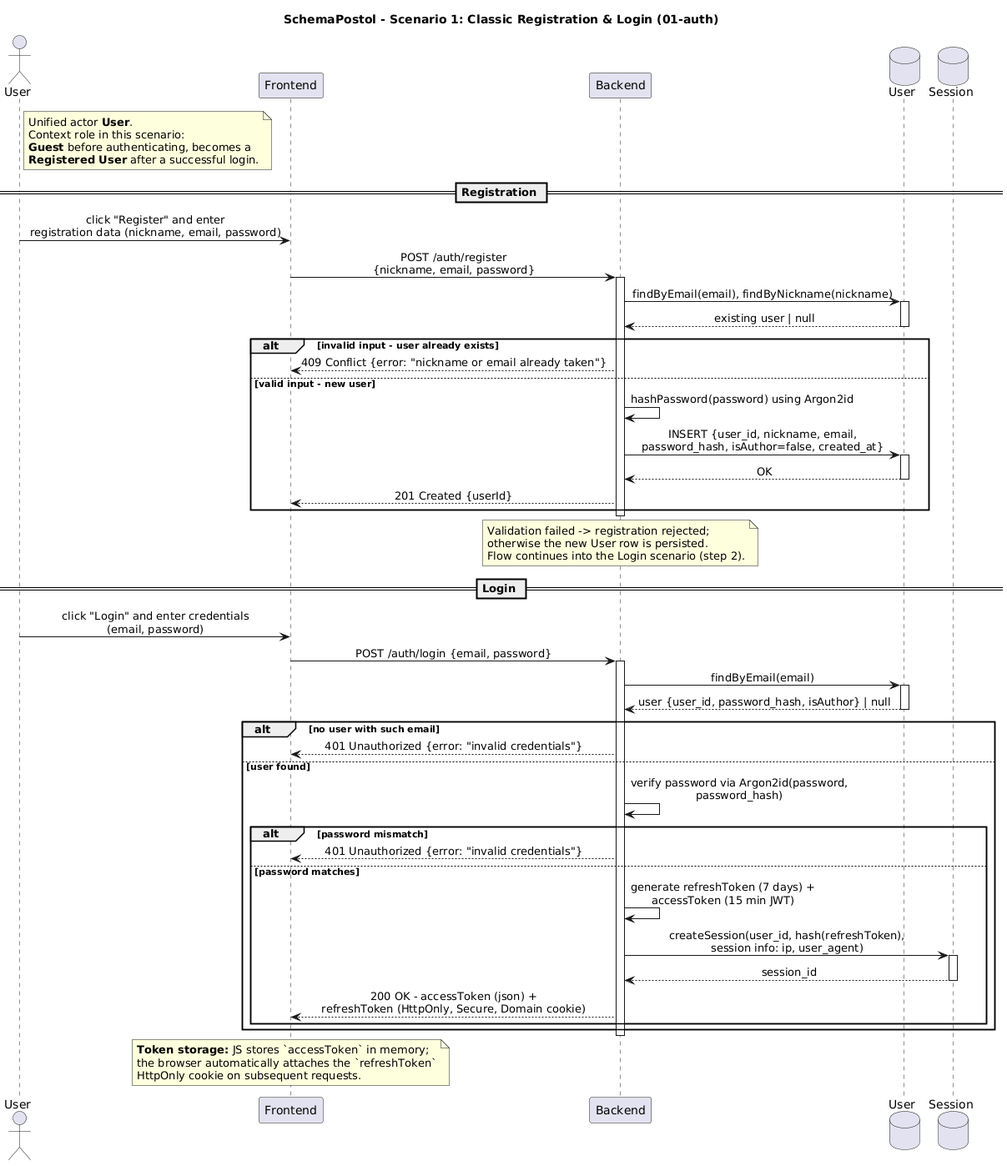
Before: lab3/model/01-auth.png, a diagram exported from PlantUML (ApostolQleg/KPI2). Its diagram source:
```plantuml
@startuml
title SchemaPostol - Scenario 1: Classic Registration & Login (01-auth)

skinparam backgroundColor #FFFFFF
skinparam shadowing false
skinparam sequenceMessageAlign center
skinparam responseMessageBelowArrow true

actor "User" as HumanUser
participant "Frontend" as FE
participant "Backend" as BE
database "User" as UserEntity
database "Session" as SessionEntity

note right of HumanUser
  Unified actor **User**.
  Context role in this scenario:
  **Guest** before authenticating, becomes a
  **Registered User** after a successful login.
end note

== Registration ==

HumanUser -> FE : click "Register" and enter\nregistration data (nickname, email, password)
FE -> BE : POST /auth/register\n{nickname, email, password}
activate BE
BE -> UserEntity : findByEmail(email), findByNickname(nickname)
activate UserEntity
UserEntity --> BE : existing user | null
deactivate UserEntity
alt invalid input - user already exists
  BE --> FE : 409 Conflict {error: "nickname or email already taken"}
else valid input - new user
  BE -> BE : hashPassword(password) using Argon2id
  BE -> UserEntity : INSERT {user_id, nickname, email,\npassword_hash, isAuthor=false, created_at}
  activate UserEntity
  UserEntity --> BE : OK
  deactivate UserEntity
  BE --> FE : 201 Created {userId}
end
deactivate BE
note over BE : Validation failed -> registration rejected;\notherwise the new User row is persisted.\nFlow continues into the Login scenario (step 2).

== Login ==

HumanUser -> FE : click "Login" and enter credentials\n(email, password)
FE -> BE : POST /auth/login {email, password}
activate BE
BE -> UserEntity : findByEmail(email)
activate UserEntity
UserEntity --> BE : user {user_id, password_hash, isAuthor} | null
deactivate UserEntity
alt no user with such email
  BE --> FE : 401 Unauthorized {error: "invalid credentials"}
else user found
  BE -> BE : verify password via Argon2id(password,\npassword_hash)
  alt password mismatch
    BE --> FE : 401 Unauthorized {error: "invalid credentials"}
  else password matches
    BE -> BE : generate refreshToken (7 days) +\naccessToken (15 min JWT)
    BE -> SessionEntity : createSession(user_id, hash(refreshToken),\nsession info: ip, user_agent)
    activate SessionEntity
    SessionEntity --> BE : session_id
    deactivate SessionEntity
    BE --> FE : 200 OK - accessToken (json) +\nrefreshToken (HttpOnly, Secure, Domain cookie)
  end
end
deactivate BE
note over FE
  **Token storage:** JS stores `accessToken` in memory;
  the browser automatically attaches the `refreshToken`
  HttpOnly cookie on subsequent requests.
end note

@enduml
```
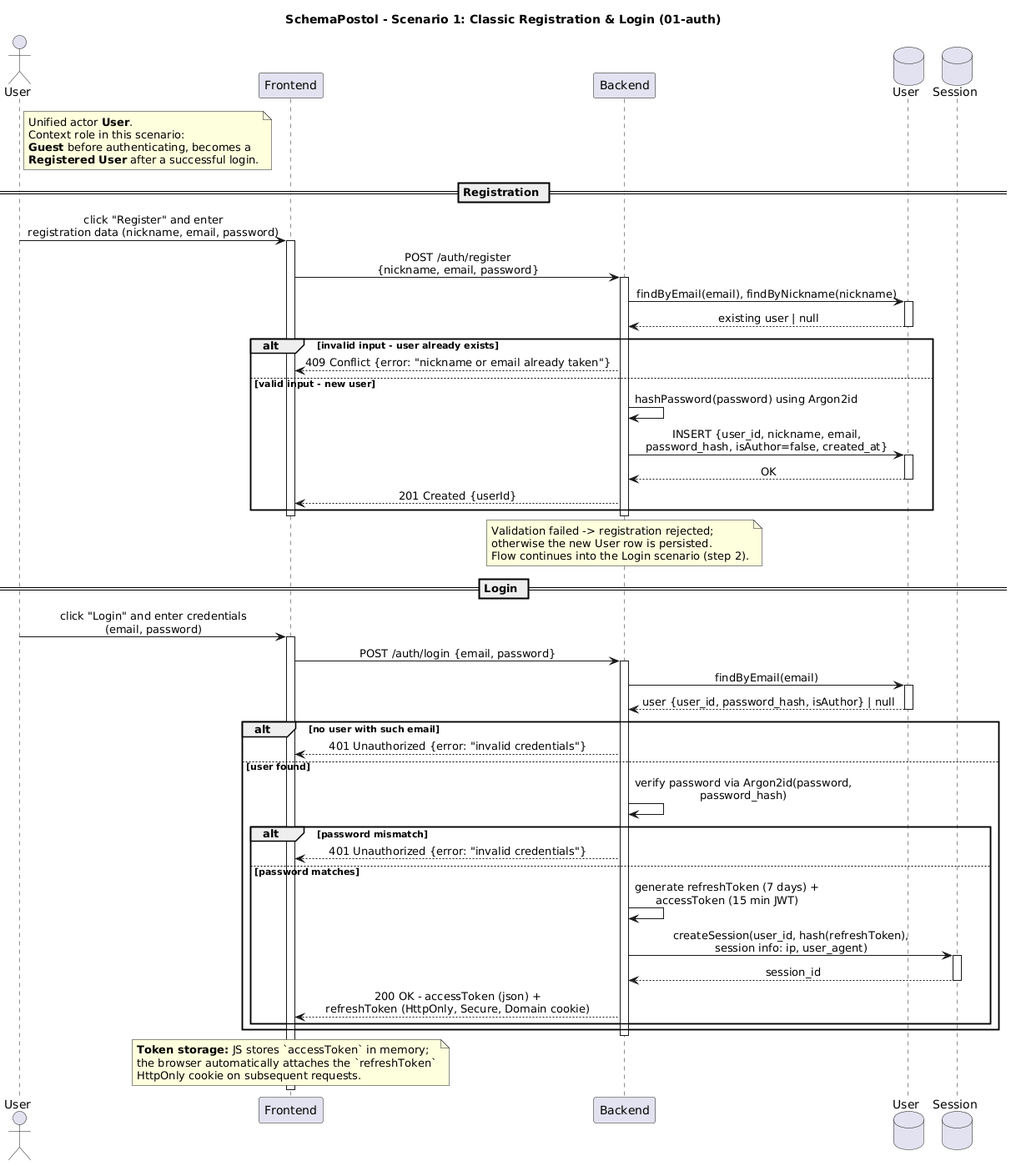
The same file after the commit.

The edit, as a diff of the source:
```diff
@@ -22,6 +22,7 @@
 == Registration ==
 
 HumanUser -> FE : click "Register" and enter\nregistration data (nickname, email, password)
+activate FE
 FE -> BE : POST /auth/register\n{nickname, email, password}
 activate BE
 BE -> UserEntity : findByEmail(email), findByNickname(nickname)
@@ -39,11 +40,13 @@
   BE --> FE : 201 Created {userId}
 end
 deactivate BE
+deactivate FE
 note over BE : Validation failed -> registration rejected;\notherwise the new User row is persisted.\nFlow continues into the Login scenario (step 2).
 
 == Login ==
 
 HumanUser -> FE : click "Login" and enter credentials\n(email, password)
+activate FE
 FE -> BE : POST /auth/login {email, password}
 activate BE
 BE -> UserEntity : findByEmail(email)
@@ -71,5 +74,6 @@
   the browser automatically attaches the `refreshToken`
   HttpOnly cookie on subsequent requests.
 end note
+deactivate FE
 
 @enduml
```
